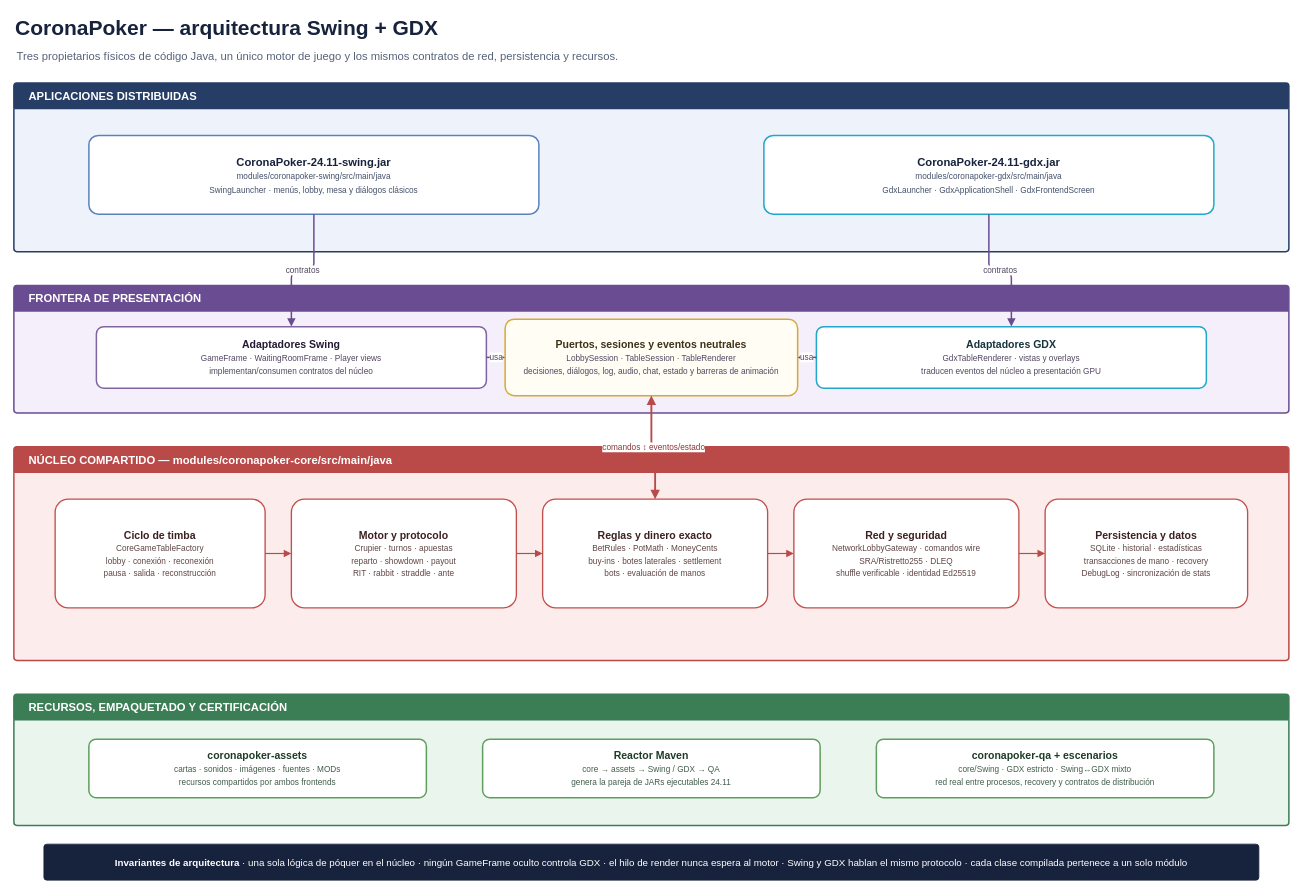
tonikelope/coronapoker keeps this draw.io diagram as docs/diagrams/coronapoker-module-map.drawio. Above is the earlier version. Source tidied: cells renumbered, new cells numbered last; positions are measured from the earlier drawing's top-left corner, leaving out a move shared by most shapes. Both pictures are drawn from the tidied source at 75%, with x=0, y=0 at pixel (14, 13).
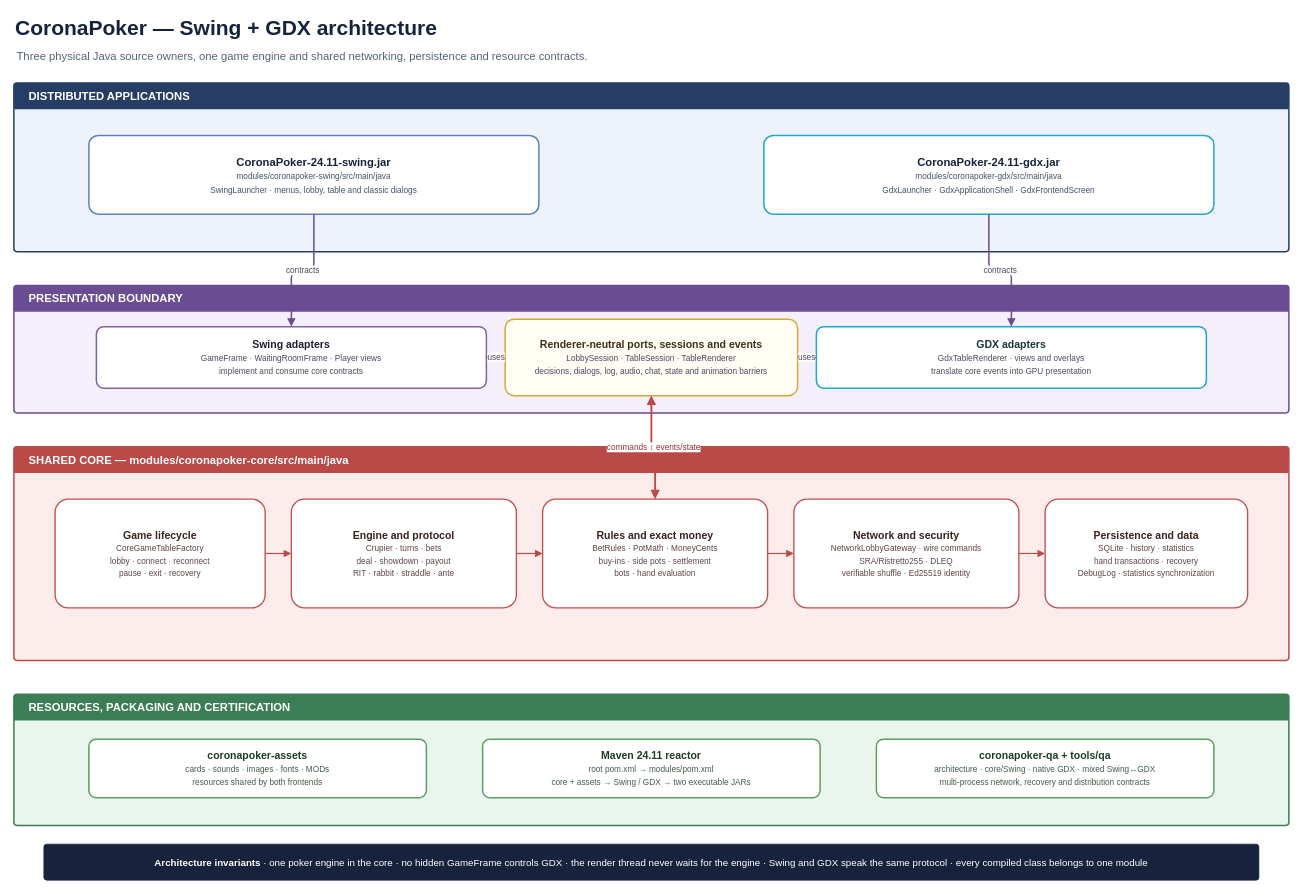
Above is the later version.

Unchanged cells that the change refers to:
```xml
<mxCell id="6" value="&lt;b&gt;CoronaPoker-24.11-gdx.jar&lt;/b&gt;&lt;br&gt;&lt;span style=&quot;font-size:11px;color:#44516a&quot;&gt;modules/coronapoker-gdx/src/main/java&lt;br&gt;GdxLauncher · GdxApplicationShell · GdxFrontendScreen&lt;/span&gt;" style="rounded=1;arcSize=12;whiteSpace=wrap;html=1;fillColor=#ffffff;strokeColor=#20a7c9;strokeWidth=2;fontColor=#17233c;fontSize=15;align=center;verticalAlign=middle;spacing=8;" parent="1" vertex="1">
  <mxGeometry x="1000" y="163" width="600" height="105" as="geometry" />
</mxCell>
```

Change to the diagram source:
```diff
@@
-    <mxCell id="2" value="CoronaPoker — arquitectura Swing + GDX" style="text;html=1;fontSize=28;fontStyle=1;fontColor=#17233c;align=left;verticalAlign=middle;" parent="1" vertex="1">
+    <mxCell id="2" value="CoronaPoker — Swing + GDX architecture" style="text;html=1;fontSize=28;fontStyle=1;fontColor=#17233c;align=left;verticalAlign=middle;" parent="1" vertex="1">
       <mxGeometry width="1200" height="40" as="geometry" />
     </mxCell>
-    <mxCell id="3" value="Tres propietarios físicos de código Java, un único motor de juego y los mismos contratos de red, persistencia y recursos." style="text;html=1;fontSize=15;fontColor=#56627a;align=left;verticalAlign=middle;" parent="1" vertex="1">
+    <mxCell id="3" value="Three physical Java source owners, one game engine and shared networking, persistence and resource contracts." style="text;html=1;fontSize=15;fontColor=#56627a;align=left;verticalAlign=middle;" parent="1" vertex="1">
       <mxGeometry x="2" y="44" width="1500" height="26" as="geometry" />
     </mxCell>
-    <mxCell id="4" value="APLICACIONES DISTRIBUIDAS" style="swimlane;rounded=1;arcSize=4;startSize=34;html=1;fillColor=#263d66;swimlaneFillColor=#eef3fb;strokeColor=#263d66;strokeWidth=2;fontColor=#ffffff;fontStyle=1;fontSize=15;align=left;spacingLeft=18;" parent="1" vertex="1">
+    <mxCell id="4" value="DISTRIBUTED APPLICATIONS" style="swimlane;rounded=1;arcSize=4;startSize=34;html=1;fillColor=#263d66;swimlaneFillColor=#eef3fb;strokeColor=#263d66;strokeWidth=2;fontColor=#ffffff;fontStyle=1;fontSize=15;align=left;spacingLeft=18;" parent="1" vertex="1">
       <mxGeometry y="93" width="1700" height="225" as="geometry" />
     </mxCell>
-    <mxCell id="5" value="&lt;b&gt;CoronaPoker-24.11-swing.jar&lt;/b&gt;&lt;br&gt;&lt;span style=&quot;font-size:11px;color:#44516a&quot;&gt;modules/coronapoker-swing/src/main/java&lt;br&gt;SwingLauncher · menús, lobby, mesa y diálogos clásicos&lt;/span&gt;" style="rounded=1;arcSize=12;whiteSpace=wrap;html=1;fillColor=#ffffff;strokeColor=#5b82be;strokeWidth=2;fontColor=#17233c;fontSize=15;align=center;verticalAlign=middle;spacing=8;" parent="1" vertex="1">
+    <mxCell id="5" value="&lt;b&gt;CoronaPoker-24.11-swing.jar&lt;/b&gt;&lt;br&gt;&lt;span style=&quot;font-size:11px;color:#44516a&quot;&gt;modules/coronapoker-swing/src/main/java&lt;br&gt;SwingLauncher · menus, lobby, table and classic dialogs&lt;/span&gt;" style="rounded=1;arcSize=12;whiteSpace=wrap;html=1;fillColor=#ffffff;strokeColor=#5b82be;strokeWidth=2;fontColor=#17233c;fontSize=15;align=center;verticalAlign=middle;spacing=8;" parent="1" vertex="1">
       <mxGeometry x="100" y="163" width="600" height="105" as="geometry" />
     </mxCell>
@@
-    <mxCell id="7" value="FRONTERA DE PRESENTACIÓN" style="swimlane;rounded=1;arcSize=4;startSize=34;html=1;fillColor=#6a4c93;swimlaneFillColor=#f4effa;strokeColor=#6a4c93;strokeWidth=2;fontColor=#ffffff;fontStyle=1;fontSize=15;align=left;spacingLeft=18;" parent="1" vertex="1">
+    <mxCell id="7" value="PRESENTATION BOUNDARY" style="swimlane;rounded=1;arcSize=4;startSize=34;html=1;fillColor=#6a4c93;swimlaneFillColor=#f4effa;strokeColor=#6a4c93;strokeWidth=2;fontColor=#ffffff;fontStyle=1;fontSize=15;align=left;spacingLeft=18;" parent="1" vertex="1">
       <mxGeometry y="363" width="1700" height="170" as="geometry" />
     </mxCell>
-    <mxCell id="8" value="&lt;b&gt;Adaptadores Swing&lt;/b&gt;&lt;br&gt;&lt;span style=&quot;font-size:11px;color:#514660&quot;&gt;GameFrame · WaitingRoomFrame · Player views&lt;br&gt;implementan/consumen contratos del núcleo&lt;/span&gt;" style="rounded=1;arcSize=12;whiteSpace=wrap;html=1;fillColor=#ffffff;strokeColor=#8064a2;strokeWidth=2;fontColor=#241a33;fontSize=14;align=center;verticalAlign=middle;" parent="1" vertex="1">
+    <mxCell id="8" value="&lt;b&gt;Swing adapters&lt;/b&gt;&lt;br&gt;&lt;span style=&quot;font-size:11px;color:#514660&quot;&gt;GameFrame · WaitingRoomFrame · Player views&lt;br&gt;implement and consume core contracts&lt;/span&gt;" style="rounded=1;arcSize=12;whiteSpace=wrap;html=1;fillColor=#ffffff;strokeColor=#8064a2;strokeWidth=2;fontColor=#241a33;fontSize=14;align=center;verticalAlign=middle;" parent="1" vertex="1">
       <mxGeometry x="110" y="418" width="520" height="82" as="geometry" />
     </mxCell>
-    <mxCell id="9" value="&lt;b&gt;Puertos, sesiones y eventos neutrales&lt;/b&gt;&lt;br&gt;&lt;span style=&quot;font-size:11px;color:#514660&quot;&gt;LobbySession · TableSession · TableRenderer&lt;br&gt;decisiones, diálogos, log, audio, chat, estado y barreras de animación&lt;/span&gt;" style="rounded=1;arcSize=12;whiteSpace=wrap;html=1;fillColor=#fffdf4;strokeColor=#d4aa36;strokeWidth=2;fontColor=#3d3219;fontSize=14;align=center;verticalAlign=middle;" parent="1" vertex="1">
+    <mxCell id="9" value="&lt;b&gt;Renderer-neutral ports, sessions and events&lt;/b&gt;&lt;br&gt;&lt;span style=&quot;font-size:11px;color:#514660&quot;&gt;LobbySession · TableSession · TableRenderer&lt;br&gt;decisions, dialogs, log, audio, chat, state and animation barriers&lt;/span&gt;" style="rounded=1;arcSize=12;whiteSpace=wrap;html=1;fillColor=#fffdf4;strokeColor=#d4aa36;strokeWidth=2;fontColor=#3d3219;fontSize=14;align=center;verticalAlign=middle;" parent="1" vertex="1">
       <mxGeometry x="655" y="408" width="390" height="102" as="geometry" />
     </mxCell>
-    <mxCell id="10" value="&lt;b&gt;Adaptadores GDX&lt;/b&gt;&lt;br&gt;&lt;span style=&quot;font-size:11px;color:#514660&quot;&gt;GdxTableRenderer · vistas y overlays&lt;br&gt;traducen eventos del núcleo a presentación GPU&lt;/span&gt;" style="rounded=1;arcSize=12;whiteSpace=wrap;html=1;fillColor=#ffffff;strokeColor=#20a7c9;strokeWidth=2;fontColor=#17333c;fontSize=14;align=center;verticalAlign=middle;" parent="1" vertex="1">
+    <mxCell id="10" value="&lt;b&gt;GDX adapters&lt;/b&gt;&lt;br&gt;&lt;span style=&quot;font-size:11px;color:#514660&quot;&gt;GdxTableRenderer · views and overlays&lt;br&gt;translate core events into GPU presentation&lt;/span&gt;" style="rounded=1;arcSize=12;whiteSpace=wrap;html=1;fillColor=#ffffff;strokeColor=#20a7c9;strokeWidth=2;fontColor=#17333c;fontSize=14;align=center;verticalAlign=middle;" parent="1" vertex="1">
       <mxGeometry x="1070" y="418" width="520" height="82" as="geometry" />
     </mxCell>
-    <mxCell id="11" value="NÚCLEO COMPARTIDO — modules/coronapoker-core/src/main/java" style="swimlane;rounded=1;arcSize=4;startSize=34;html=1;fillColor=#b94a48;swimlaneFillColor=#fcedec;strokeColor=#b94a48;strokeWidth=2;fontColor=#ffffff;fontStyle=1;fontSize=15;align=left;spacingLeft=18;" parent="1" vertex="1">
+    <mxCell id="11" value="SHARED CORE — modules/coronapoker-core/src/main/java" style="swimlane;rounded=1;arcSize=4;startSize=34;html=1;fillColor=#b94a48;swimlaneFillColor=#fcedec;strokeColor=#b94a48;strokeWidth=2;fontColor=#ffffff;fontStyle=1;fontSize=15;align=left;spacingLeft=18;" parent="1" vertex="1">
       <mxGeometry y="578" width="1700" height="285" as="geometry" />
     </mxCell>
-    <mxCell id="12" value="&lt;b&gt;Ciclo de timba&lt;/b&gt;&lt;br&gt;&lt;span style=&quot;font-size:11px;color:#5f4545&quot;&gt;CoreGameTableFactory&lt;br&gt;lobby · conexión · reconexión&lt;br&gt;pausa · salida · reconstrucción&lt;/span&gt;" style="rounded=1;arcSize=12;whiteSpace=wrap;html=1;fillColor=#ffffff;strokeColor=#c0504d;strokeWidth=1.8;fontColor=#3d2020;fontSize=14;align=center;verticalAlign=middle;" parent="1" vertex="1">
+    <mxCell id="12" value="&lt;b&gt;Game lifecycle&lt;/b&gt;&lt;br&gt;&lt;span style=&quot;font-size:11px;color:#5f4545&quot;&gt;CoreGameTableFactory&lt;br&gt;lobby · connect · reconnect&lt;br&gt;pause · exit · recovery&lt;/span&gt;" style="rounded=1;arcSize=12;whiteSpace=wrap;html=1;fillColor=#ffffff;strokeColor=#c0504d;strokeWidth=1.8;fontColor=#3d2020;fontSize=14;align=center;verticalAlign=middle;" parent="1" vertex="1">
       <mxGeometry x="55" y="648" width="280" height="145" as="geometry" />
     </mxCell>
-    <mxCell id="13" value="&lt;b&gt;Motor y protocolo&lt;/b&gt;&lt;br&gt;&lt;span style=&quot;font-size:11px;color:#5f4545&quot;&gt;Crupier · turnos · apuestas&lt;br&gt;reparto · showdown · payout&lt;br&gt;RIT · rabbit · straddle · ante&lt;/span&gt;" style="rounded=1;arcSize=12;whiteSpace=wrap;html=1;fillColor=#ffffff;strokeColor=#c0504d;strokeWidth=1.8;fontColor=#3d2020;fontSize=14;align=center;verticalAlign=middle;" parent="1" vertex="1">
+    <mxCell id="13" value="&lt;b&gt;Engine and protocol&lt;/b&gt;&lt;br&gt;&lt;span style=&quot;font-size:11px;color:#5f4545&quot;&gt;Crupier · turns · bets&lt;br&gt;deal · showdown · payout&lt;br&gt;RIT · rabbit · straddle · ante&lt;/span&gt;" style="rounded=1;arcSize=12;whiteSpace=wrap;html=1;fillColor=#ffffff;strokeColor=#c0504d;strokeWidth=1.8;fontColor=#3d2020;fontSize=14;align=center;verticalAlign=middle;" parent="1" vertex="1">
       <mxGeometry x="370" y="648" width="300" height="145" as="geometry" />
     </mxCell>
-    <mxCell id="14" value="&lt;b&gt;Reglas y dinero exacto&lt;/b&gt;&lt;br&gt;&lt;span style=&quot;font-size:11px;color:#5f4545&quot;&gt;BetRules · PotMath · MoneyCents&lt;br&gt;buy-ins · botes laterales · settlement&lt;br&gt;bots · evaluación de manos&lt;/span&gt;" style="rounded=1;arcSize=12;whiteSpace=wrap;html=1;fillColor=#ffffff;strokeColor=#c0504d;strokeWidth=1.8;fontColor=#3d2020;fontSize=14;align=center;verticalAlign=middle;" parent="1" vertex="1">
+    <mxCell id="14" value="&lt;b&gt;Rules and exact money&lt;/b&gt;&lt;br&gt;&lt;span style=&quot;font-size:11px;color:#5f4545&quot;&gt;BetRules · PotMath · MoneyCents&lt;br&gt;buy-ins · side pots · settlement&lt;br&gt;bots · hand evaluation&lt;/span&gt;" style="rounded=1;arcSize=12;whiteSpace=wrap;html=1;fillColor=#ffffff;strokeColor=#c0504d;strokeWidth=1.8;fontColor=#3d2020;fontSize=14;align=center;verticalAlign=middle;" parent="1" vertex="1">
       <mxGeometry x="705" y="648" width="300" height="145" as="geometry" />
     </mxCell>
-    <mxCell id="15" value="&lt;b&gt;Red y seguridad&lt;/b&gt;&lt;br&gt;&lt;span style=&quot;font-size:11px;color:#5f4545&quot;&gt;NetworkLobbyGateway · comandos wire&lt;br&gt;SRA/Ristretto255 · DLEQ&lt;br&gt;shuffle verificable · identidad Ed25519&lt;/span&gt;" style="rounded=1;arcSize=12;whiteSpace=wrap;html=1;fillColor=#ffffff;strokeColor=#c0504d;strokeWidth=1.8;fontColor=#3d2020;fontSize=14;align=center;verticalAlign=middle;" parent="1" vertex="1">
+    <mxCell id="15" value="&lt;b&gt;Network and security&lt;/b&gt;&lt;br&gt;&lt;span style=&quot;font-size:11px;color:#5f4545&quot;&gt;NetworkLobbyGateway · wire commands&lt;br&gt;SRA/Ristretto255 · DLEQ&lt;br&gt;verifiable shuffle · Ed25519 identity&lt;/span&gt;" style="rounded=1;arcSize=12;whiteSpace=wrap;html=1;fillColor=#ffffff;strokeColor=#c0504d;strokeWidth=1.8;fontColor=#3d2020;fontSize=14;align=center;verticalAlign=middle;" parent="1" vertex="1">
       <mxGeometry x="1040" y="648" width="300" height="145" as="geometry" />
     </mxCell>
-    <mxCell id="16" value="&lt;b&gt;Persistencia y datos&lt;/b&gt;&lt;br&gt;&lt;span style=&quot;font-size:11px;color:#5f4545&quot;&gt;SQLite · historial · estadísticas&lt;br&gt;transacciones de mano · recovery&lt;br&gt;DebugLog · sincronización de stats&lt;/span&gt;" style="rounded=1;arcSize=12;whiteSpace=wrap;html=1;fillColor=#ffffff;strokeColor=#c0504d;strokeWidth=1.8;fontColor=#3d2020;fontSize=14;align=center;verticalAlign=middle;" parent="1" vertex="1">
+    <mxCell id="16" value="&lt;b&gt;Persistence and data&lt;/b&gt;&lt;br&gt;&lt;span style=&quot;font-size:11px;color:#5f4545&quot;&gt;SQLite · history · statistics&lt;br&gt;hand transactions · recovery&lt;br&gt;DebugLog · statistics synchronization&lt;/span&gt;" style="rounded=1;arcSize=12;whiteSpace=wrap;html=1;fillColor=#ffffff;strokeColor=#c0504d;strokeWidth=1.8;fontColor=#3d2020;fontSize=14;align=center;verticalAlign=middle;" parent="1" vertex="1">
       <mxGeometry x="1375" y="648" width="270" height="145" as="geometry" />
     </mxCell>
-    <mxCell id="17" value="RECURSOS, EMPAQUETADO Y CERTIFICACIÓN" style="swimlane;rounded=1;arcSize=4;startSize=34;html=1;fillColor=#3b7d55;swimlaneFillColor=#eaf5ed;strokeColor=#3b7d55;strokeWidth=2;fontColor=#ffffff;fontStyle=1;fontSize=15;align=left;spacingLeft=18;" parent="1" vertex="1">
+    <mxCell id="17" value="RESOURCES, PACKAGING AND CERTIFICATION" style="swimlane;rounded=1;arcSize=4;startSize=34;html=1;fillColor=#3b7d55;swimlaneFillColor=#eaf5ed;strokeColor=#3b7d55;strokeWidth=2;fontColor=#ffffff;fontStyle=1;fontSize=15;align=left;spacingLeft=18;" parent="1" vertex="1">
       <mxGeometry y="908" width="1700" height="175" as="geometry" />
     </mxCell>
-    <mxCell id="18" value="&lt;b&gt;coronapoker-assets&lt;/b&gt;&lt;br&gt;&lt;span style=&quot;font-size:11px;color:#415c49&quot;&gt;cartas · sonidos · imágenes · fuentes · MODs&lt;br&gt;recursos compartidos por ambos frontends&lt;/span&gt;" style="rounded=1;arcSize=12;whiteSpace=wrap;html=1;fillColor=#ffffff;strokeColor=#5e9e5e;strokeWidth=2;fontColor=#1f3b28;fontSize=14;align=center;verticalAlign=middle;" parent="1" vertex="1">
+    <mxCell id="18" value="&lt;b&gt;coronapoker-assets&lt;/b&gt;&lt;br&gt;&lt;span style=&quot;font-size:11px;color:#415c49&quot;&gt;cards · sounds · images · fonts · MODs&lt;br&gt;resources shared by both frontends&lt;/span&gt;" style="rounded=1;arcSize=12;whiteSpace=wrap;html=1;fillColor=#ffffff;strokeColor=#5e9e5e;strokeWidth=2;fontColor=#1f3b28;fontSize=14;align=center;verticalAlign=middle;" parent="1" vertex="1">
       <mxGeometry x="100" y="968" width="450" height="78" as="geometry" />
     </mxCell>
-    <mxCell id="19" value="&lt;b&gt;Reactor Maven&lt;/b&gt;&lt;br&gt;&lt;span style=&quot;font-size:11px;color:#415c49&quot;&gt;core → assets → Swing / GDX → QA&lt;br&gt;genera la pareja de JARs ejecutables 24.11&lt;/span&gt;" style="rounded=1;arcSize=12;whiteSpace=wrap;html=1;fillColor=#ffffff;strokeColor=#5e9e5e;strokeWidth=2;fontColor=#1f3b28;fontSize=14;align=center;verticalAlign=middle;" parent="1" vertex="1">
+    <mxCell id="19" value="&lt;b&gt;Maven 24.11 reactor&lt;/b&gt;&lt;br&gt;&lt;span style=&quot;font-size:11px;color:#415c49&quot;&gt;root pom.xml → modules/pom.xml&lt;br&gt;core + assets → Swing / GDX → two executable JARs&lt;/span&gt;" style="rounded=1;arcSize=12;whiteSpace=wrap;html=1;fillColor=#ffffff;strokeColor=#5e9e5e;strokeWidth=2;fontColor=#1f3b28;fontSize=14;align=center;verticalAlign=middle;" parent="1" vertex="1">
       <mxGeometry x="625" y="968" width="450" height="78" as="geometry" />
     </mxCell>
-    <mxCell id="20" value="&lt;b&gt;coronapoker-qa + escenarios&lt;/b&gt;&lt;br&gt;&lt;span style=&quot;font-size:11px;color:#415c49&quot;&gt;core/Swing · GDX estricto · Swing↔GDX mixto&lt;br&gt;red real entre procesos, recovery y contratos de distribución&lt;/span&gt;" style="rounded=1;arcSize=12;whiteSpace=wrap;html=1;fillColor=#ffffff;strokeColor=#5e9e5e;strokeWidth=2;fontColor=#1f3b28;fontSize=14;align=center;verticalAlign=middle;" parent="1" vertex="1">
+    <mxCell id="20" value="&lt;b&gt;coronapoker-qa + tools/qa&lt;/b&gt;&lt;br&gt;&lt;span style=&quot;font-size:11px;color:#415c49&quot;&gt;architecture · core/Swing · native GDX · mixed Swing↔GDX&lt;br&gt;multi-process network, recovery and distribution contracts&lt;/span&gt;" style="rounded=1;arcSize=12;whiteSpace=wrap;html=1;fillColor=#ffffff;strokeColor=#5e9e5e;strokeWidth=2;fontColor=#1f3b28;fontSize=14;align=center;verticalAlign=middle;" parent="1" vertex="1">
       <mxGeometry x="1150" y="968" width="450" height="78" as="geometry" />
     </mxCell>
-    <mxCell id="21" value="&lt;b&gt;Invariantes de arquitectura&lt;/b&gt;  ·  una sola lógica de póquer en el núcleo  ·  ningún GameFrame oculto controla GDX  ·  el hilo de render nunca espera al motor  ·  Swing y GDX hablan el mismo protocolo  ·  cada clase compilada pertenece a un solo módulo" style="rounded=1;arcSize=8;whiteSpace=wrap;html=1;fillColor=#17233c;strokeColor=#17233c;fontColor=#ffffff;fontSize=13;align=center;verticalAlign=middle;spacingLeft=12;spacingRight=12;" parent="1" vertex="1">
+    <mxCell id="21" value="&lt;b&gt;Architecture invariants&lt;/b&gt;  ·  one poker engine in the core  ·  no hidden GameFrame controls GDX  ·  the render thread never waits for the engine  ·  Swing and GDX speak the same protocol  ·  every compiled class belongs to one module" style="rounded=1;arcSize=8;whiteSpace=wrap;html=1;fillColor=#17233c;strokeColor=#17233c;fontColor=#ffffff;fontSize=13;align=center;verticalAlign=middle;spacingLeft=12;spacingRight=12;" parent="1" vertex="1">
       <mxGeometry x="40" y="1108" width="1620" height="48" as="geometry" />
     </mxCell>
-    <mxCell id="22" value="contratos" style="edgeStyle=orthogonalEdgeStyle;rounded=1;html=1;endArrow=block;endFill=1;strokeColor=#6a4c93;strokeWidth=2;fontColor=#514660;fontSize=11;exitX=0.5;exitY=1;entryX=0.5;entryY=0;" parent="1" edge="1" source="5" target="8">
+    <mxCell id="22" value="contracts" style="edgeStyle=orthogonalEdgeStyle;rounded=1;html=1;endArrow=block;endFill=1;strokeColor=#6a4c93;strokeWidth=2;fontColor=#514660;fontSize=11;exitX=0.5;exitY=1;entryX=0.5;entryY=0;" parent="1" edge="1" source="5" target="8">
       <mxGeometry relative="1" as="geometry" />
     </mxCell>
-    <mxCell id="23" value="contratos" style="edgeStyle=orthogonalEdgeStyle;rounded=1;html=1;endArrow=block;endFill=1;strokeColor=#6a4c93;strokeWidth=2;fontColor=#514660;fontSize=11;exitX=0.5;exitY=1;entryX=0.5;entryY=0;" parent="1" edge="1" source="6" target="10">
+    <mxCell id="23" value="contracts" style="edgeStyle=orthogonalEdgeStyle;rounded=1;html=1;endArrow=block;endFill=1;strokeColor=#6a4c93;strokeWidth=2;fontColor=#514660;fontSize=11;exitX=0.5;exitY=1;entryX=0.5;entryY=0;" parent="1" edge="1" source="6" target="10">
       <mxGeometry relative="1" as="geometry" />
     </mxCell>
-    <mxCell id="24" value="usa" style="edgeStyle=orthogonalEdgeStyle;rounded=1;html=1;endArrow=block;endFill=1;strokeColor=#6a4c93;strokeWidth=2;fontColor=#514660;fontSize=11;exitX=1;exitY=0.5;entryX=0;entryY=0.5;" parent="1" edge="1" source="8" target="9">
+    <mxCell id="24" value="uses" style="edgeStyle=orthogonalEdgeStyle;rounded=1;html=1;endArrow=block;endFill=1;strokeColor=#6a4c93;strokeWidth=2;fontColor=#514660;fontSize=11;exitX=1;exitY=0.5;entryX=0;entryY=0.5;" parent="1" edge="1" source="8" target="9">
       <mxGeometry relative="1" as="geometry" />
     </mxCell>
-    <mxCell id="25" value="usa" style="edgeStyle=orthogonalEdgeStyle;rounded=1;html=1;endArrow=block;endFill=1;strokeColor=#6a4c93;strokeWidth=2;fontColor=#514660;fontSize=11;exitX=0;exitY=0.5;entryX=1;entryY=0.5;" parent="1" edge="1" source="10" target="9">
+    <mxCell id="25" value="uses" style="edgeStyle=orthogonalEdgeStyle;rounded=1;html=1;endArrow=block;endFill=1;strokeColor=#6a4c93;strokeWidth=2;fontColor=#514660;fontSize=11;exitX=0;exitY=0.5;entryX=1;entryY=0.5;" parent="1" edge="1" source="10" target="9">
       <mxGeometry relative="1" as="geometry" />
     </mxCell>
-    <mxCell id="26" value="comandos ↕ eventos/estado" style="edgeStyle=orthogonalEdgeStyle;rounded=1;html=1;startArrow=block;startFill=1;endArrow=block;endFill=1;strokeColor=#b94a48;strokeWidth=2.5;fontColor=#8f3635;fontSize=11;exitX=0.5;exitY=1;entryX=0.5;entryY=0;" parent="1" edge="1" source="9" target="14">
+    <mxCell id="26" value="commands ↕ events/state" style="edgeStyle=orthogonalEdgeStyle;rounded=1;html=1;startArrow=block;startFill=1;endArrow=block;endFill=1;strokeColor=#b94a48;strokeWidth=2.5;fontColor=#8f3635;fontSize=11;exitX=0.5;exitY=1;entryX=0.5;entryY=0;" parent="1" edge="1" source="9" target="14">
       <mxGeometry relative="1" as="geometry" />
     </mxCell>
```
